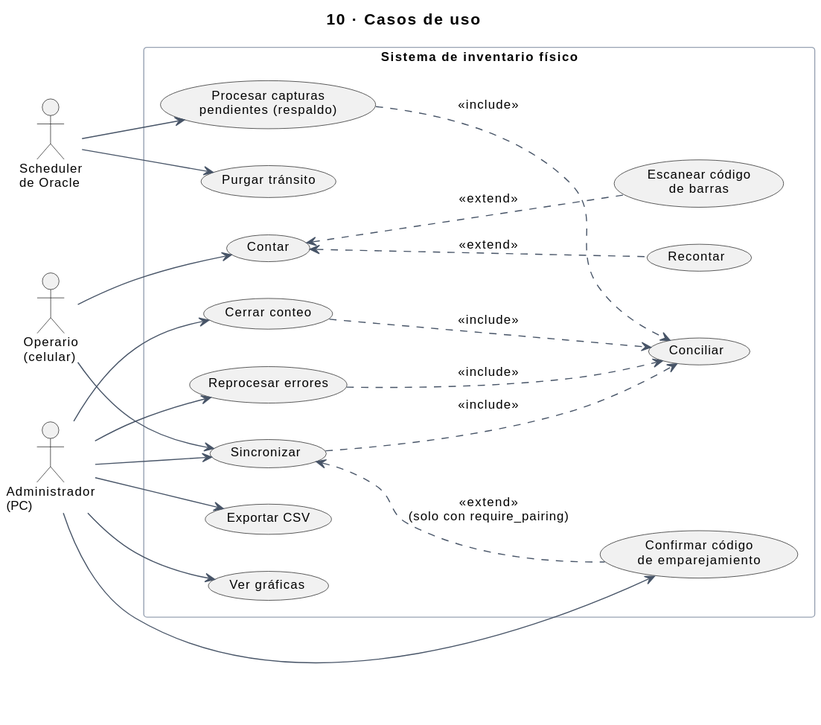
Earlier version of the PlantUML export docs/img/uml/10-casos-de-uso.svg (sebas-archive/kardex-bt). Source of this version:
```plantuml
@startuml
!include estilo.iuml
title 10 · Casos de uso
left to right direction

actor "Operario\n(celular)" as op
actor "Administrador\n(PC)" as adm
actor "Scheduler\nde Oracle" as sch

rectangle "Sistema de inventario físico" {
  usecase "Contar" as contar
  usecase "Escanear código\nde barras" as escanear
  usecase "Recontar" as recontar
  usecase "Sincronizar" as sincronizar
  usecase "Confirmar código\nde emparejamiento" as codigo
  usecase "Conciliar" as conciliar
  usecase "Ver gráficas" as graficas
  usecase "Cerrar conteo" as cerrar
  usecase "Reprocesar errores" as reprocesar
  usecase "Exportar CSV" as csv
  usecase "Purgar tránsito" as purgar
  usecase "Procesar capturas\npendientes (respaldo)" as procesar
}

op --> contar
op --> sincronizar
adm --> sincronizar
adm --> graficas
adm --> cerrar
adm --> reprocesar
adm --> csv
adm --> codigo
sch --> procesar
sch --> purgar

contar <.. escanear : <<extend>>
contar <.. recontar : <<extend>>
sincronizar <.. codigo : <<extend>>\n(solo con require_pairing)
sincronizar ..> conciliar : <<include>>
cerrar ..> conciliar : <<include>>
reprocesar ..> conciliar : <<include>>
procesar ..> conciliar : <<include>>
@enduml
```
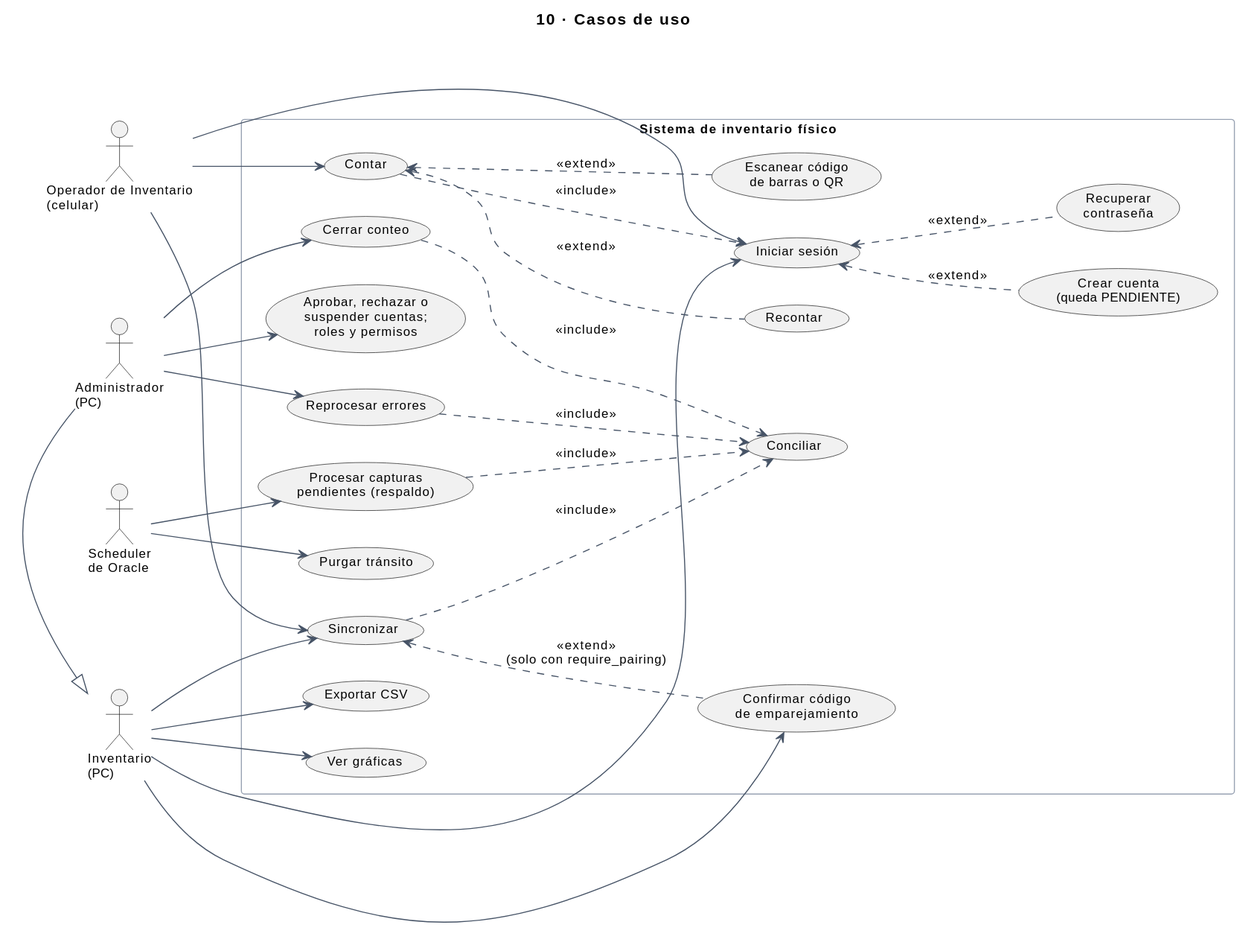
The same file after the commit.

Change to the diagram source:
```diff
@@ -3,13 +3,18 @@
 title 10 · Casos de uso
 left to right direction
 
-actor "Operario\n(celular)" as op
+actor "Operador de Inventario\n(celular)" as op
+actor "Inventario\n(PC)" as inv
 actor "Administrador\n(PC)" as adm
+adm -|> inv
 actor "Scheduler\nde Oracle" as sch
 
 rectangle "Sistema de inventario físico" {
+  usecase "Iniciar sesión" as entrar
+  usecase "Crear cuenta\n(queda PENDIENTE)" as registrar
+  usecase "Recuperar\ncontraseña" as recuperar
   usecase "Contar" as contar
-  usecase "Escanear código\nde barras" as escanear
+  usecase "Escanear código\nde barras o QR" as escanear
   usecase "Recontar" as recontar
   usecase "Sincronizar" as sincronizar
   usecase "Confirmar código\nde emparejamiento" as codigo
@@ -19,20 +24,27 @@
   usecase "Reprocesar errores" as reprocesar
   usecase "Exportar CSV" as csv
   usecase "Purgar tránsito" as purgar
+  usecase "Aprobar, rechazar o\nsuspender cuentas;\nroles y permisos" as usuarios
   usecase "Procesar capturas\npendientes (respaldo)" as procesar
 }
 
+op --> entrar
 op --> contar
 op --> sincronizar
-adm --> sincronizar
-adm --> graficas
+inv --> sincronizar
+inv --> graficas
+inv --> csv
 adm --> cerrar
 adm --> reprocesar
-adm --> csv
-adm --> codigo
+adm --> usuarios
+inv --> entrar
+inv --> codigo
 sch --> procesar
 sch --> purgar
 
+entrar <.. registrar : <<extend>>
+entrar <.. recuperar : <<extend>>
+contar ..> entrar : <<include>>
 contar <.. escanear : <<extend>>
 contar <.. recontar : <<extend>>
 sincronizar <.. codigo : <<extend>>\n(solo con require_pairing)
```
